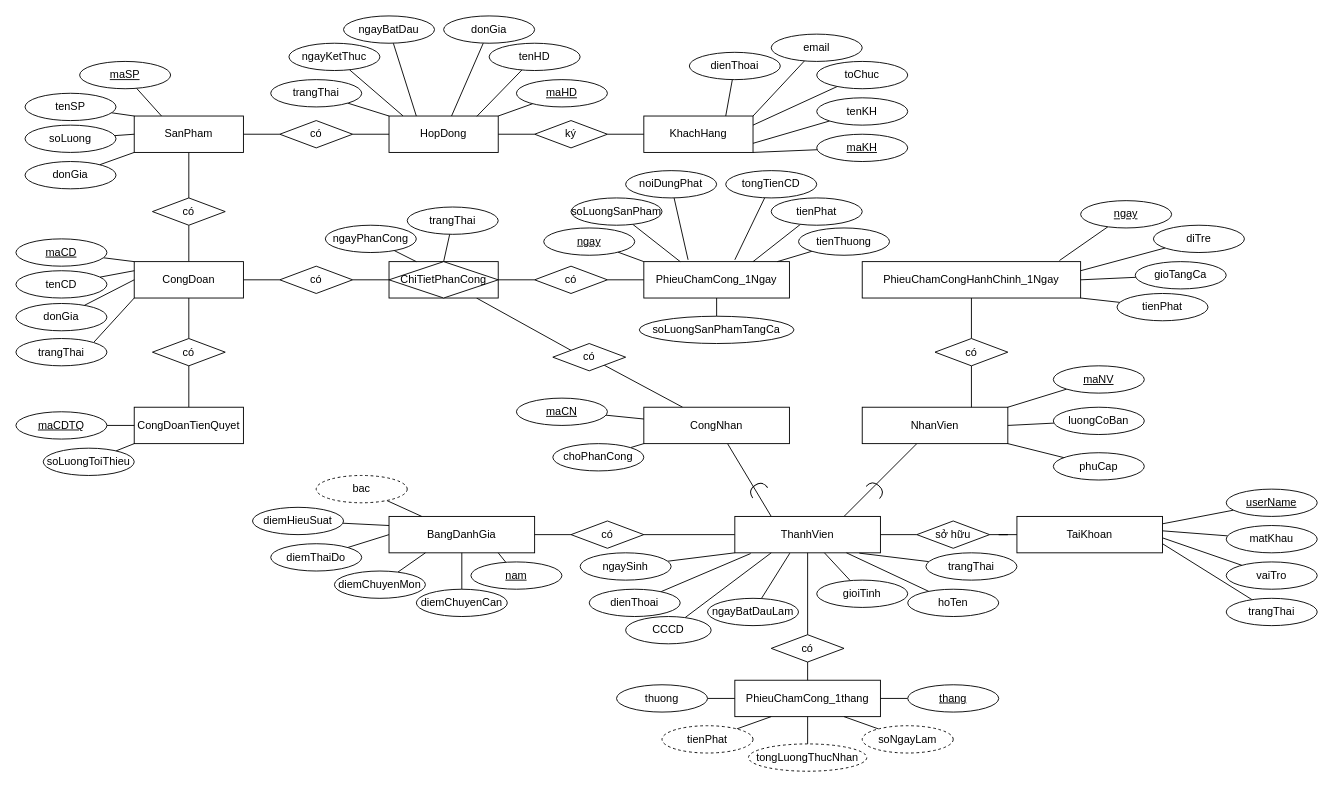
TomTom2k/-management-of-a-ceramic-processing-company keeps this draw.io diagram as page "EER" (2 of 3) of diagrams/EntityRelationshipDiagram.drawio. Above is the earlier version. Source tidied: cells renumbered, new cells numbered last; positions are measured from the earlier drawing's top-left corner, leaving out a move shared by most shapes. Both pictures are drawn from the tidied source at 91%, with x=0, y=0 at pixel (15, 15).
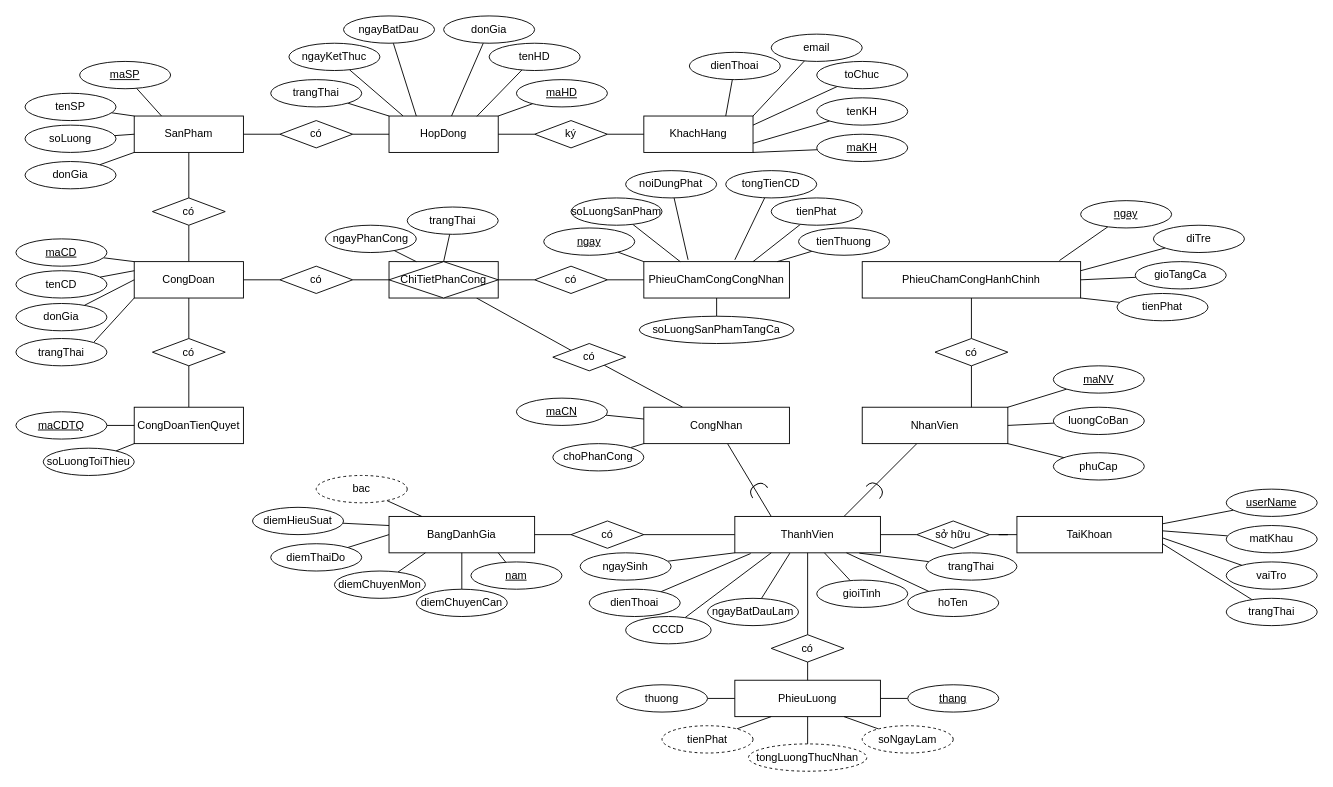
After the change.

Diff of the diagram source:
```diff
@@
-    <mxCell id="25" value="PhieuChamCong_1Ngay" style="rounded=0;whiteSpace=wrap;html=1;" parent="1" vertex="1">
+    <mxCell id="25" value="PhieuChamCongCongNhan&lt;br&gt;" style="rounded=0;whiteSpace=wrap;html=1;" parent="1" vertex="1">
       <mxGeometry x="690" y="270" width="160" height="40" as="geometry" />
     </mxCell>
@@
-    <mxCell id="31" value="PhieuChamCongHanhChinh_1Ngay" style="rounded=0;whiteSpace=wrap;html=1;" parent="1" vertex="1">
+    <mxCell id="31" value="PhieuChamCongHanhChinh" style="rounded=0;whiteSpace=wrap;html=1;" parent="1" vertex="1">
       <mxGeometry x="930" y="270" width="240" height="40" as="geometry" />
     </mxCell>
-    <mxCell id="32" value="PhieuChamCong_1thang" style="rounded=0;whiteSpace=wrap;html=1;" parent="1" vertex="1">
+    <mxCell id="32" value="PhieuLuong&lt;br&gt;" style="rounded=0;whiteSpace=wrap;html=1;" parent="1" vertex="1">
       <mxGeometry x="790" y="730" width="160" height="40" as="geometry" />
     </mxCell>
```
